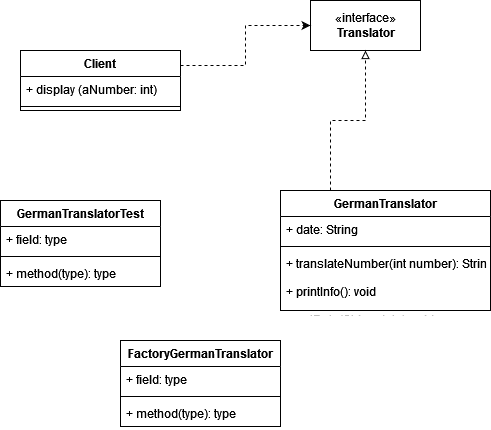
This is src/org/hbrs/s1/ws22/uebung1/Aufgabe1-2.drawio.png from fitnesstino/WS22-SE1, a draw.io export, as it was before one commit. Source tidied: cells renumbered, new cells last; positions are measured from the earlier drawing's top-left corner, leaving out a move shared by most shapes.
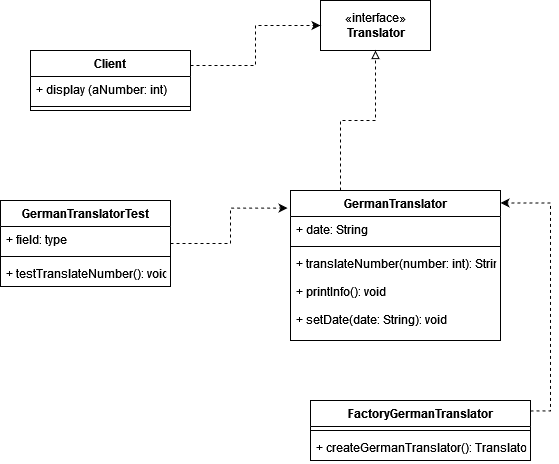
Above is the later version.

Change to the diagram source:
```diff
@@ -16,7 +16,7 @@
       </mxGeometry>
     </mxCell>
     <mxCell id="5" value="GermanTranslator" style="swimlane;fontStyle=1;align=center;verticalAlign=top;horizontal=1;startSize=26;" parent="1" vertex="1">
-      <mxGeometry x="280" y="190" width="210" height="120" as="geometry" />
+      <mxGeometry x="280" y="190" width="210" height="150" as="geometry" />
     </mxCell>
     <mxCell id="6" value="+ date: String" style="text;strokeColor=none;fillColor=none;align=left;verticalAlign=top;spacingLeft=4;spacingRight=4;overflow=hidden;" parent="5" vertex="1">
       <mxGeometry y="26" width="210" height="26" as="geometry" />
@@ -24,8 +24,8 @@
     <mxCell id="7" style="line;strokeWidth=1;fillColor=none;align=left;verticalAlign=middle;spacingTop=-1;spacingLeft=3;spacingRight=3;labelPosition=right;" parent="5" vertex="1">
       <mxGeometry y="52" width="210" height="8" as="geometry" />
     </mxCell>
-    <mxCell id="8" value="+ translateNumber(int number): String&#10;&#10;+ printInfo(): void&#10;&#10;+ setDate(String date): void&#10;" style="text;strokeColor=none;fillColor=none;align=left;verticalAlign=top;spacingLeft=4;spacingRight=4;overflow=hidden;" parent="5" vertex="1">
-      <mxGeometry y="60" width="210" height="60" as="geometry" />
+    <mxCell id="8" value="+ translateNumber(number: int): String&#10;&#10;+ printInfo(): void&#10;&#10;+ setDate(date: String): void&#10;" style="text;strokeColor=none;fillColor=none;align=left;verticalAlign=top;spacingLeft=4;spacingRight=4;overflow=hidden;" parent="5" vertex="1">
+      <mxGeometry y="60" width="210" height="90" as="geometry" />
     </mxCell>
     <mxCell id="9" value="Client" style="swimlane;fontStyle=1;align=center;verticalAlign=top;horizontal=1;startSize=26;" parent="1" vertex="1">
       <mxGeometry x="20" y="50" width="160" height="60" as="geometry" />
@@ -36,29 +36,32 @@
     <mxCell id="11" style="line;strokeWidth=1;fillColor=none;align=left;verticalAlign=middle;spacingTop=-1;spacingLeft=3;spacingRight=3;labelPosition=right;" parent="9" vertex="1">
       <mxGeometry y="52" width="160" height="8" as="geometry" />
     </mxCell>
+    <mxCell id="20" style="edgeStyle=orthogonalEdgeStyle;rounded=0;jettySize=auto;html=1;entryX=-0.014;entryY=0.117;entryDx=0;entryDy=0;entryPerimeter=0;dashed=1;" parent="1" edge="1" source="12" target="5">
+      <mxGeometry relative="1" as="geometry" />
+    </mxCell>
     <mxCell id="12" value="GermanTranslatorTest" style="swimlane;fontStyle=1;align=center;verticalAlign=top;horizontal=1;startSize=26;" parent="1" vertex="1">
-      <mxGeometry y="200" width="160" height="86" as="geometry" />
+      <mxGeometry x="-10" y="200" width="170" height="86" as="geometry" />
     </mxCell>
     <mxCell id="13" value="+ field: type" style="text;strokeColor=none;fillColor=none;align=left;verticalAlign=top;spacingLeft=4;spacingRight=4;overflow=hidden;" parent="12" vertex="1">
-      <mxGeometry y="26" width="160" height="26" as="geometry" />
+      <mxGeometry y="26" width="170" height="26" as="geometry" />
     </mxCell>
     <mxCell id="14" style="line;strokeWidth=1;fillColor=none;align=left;verticalAlign=middle;spacingTop=-1;spacingLeft=3;spacingRight=3;labelPosition=right;" parent="12" vertex="1">
-      <mxGeometry y="52" width="160" height="8" as="geometry" />
+      <mxGeometry y="52" width="170" height="8" as="geometry" />
     </mxCell>
-    <mxCell id="15" value="+ method(type): type" style="text;strokeColor=none;fillColor=none;align=left;verticalAlign=top;spacingLeft=4;spacingRight=4;overflow=hidden;" parent="12" vertex="1">
-      <mxGeometry y="60" width="160" height="26" as="geometry" />
+    <mxCell id="15" value="+ testTranslateNumber(): void" style="text;strokeColor=none;fillColor=none;align=left;verticalAlign=top;spacingLeft=4;spacingRight=4;overflow=hidden;" parent="12" vertex="1">
+      <mxGeometry y="60" width="170" height="26" as="geometry" />
     </mxCell>
+    <mxCell id="21" style="edgeStyle=orthogonalEdgeStyle;rounded=0;jettySize=auto;html=1;entryX=1;entryY=0.083;entryDx=0;entryDy=0;entryPerimeter=0;dashed=1;exitX=1;exitY=0.174;exitDx=0;exitDy=0;exitPerimeter=0;" parent="1" edge="1" source="16" target="5">
+      <mxGeometry relative="1" as="geometry" />
+    </mxCell>
     <mxCell id="16" value="FactoryGermanTranslator" style="swimlane;fontStyle=1;align=center;verticalAlign=top;horizontal=1;startSize=26;" parent="1" vertex="1">
-      <mxGeometry x="120" y="340" width="160" height="86" as="geometry" />
+      <mxGeometry x="300" y="400" width="220" height="60" as="geometry" />
     </mxCell>
-    <mxCell id="17" value="+ field: type" style="text;strokeColor=none;fillColor=none;align=left;verticalAlign=top;spacingLeft=4;spacingRight=4;overflow=hidden;" parent="16" vertex="1">
-      <mxGeometry y="26" width="160" height="26" as="geometry" />
-    </mxCell>
     <mxCell id="18" style="line;strokeWidth=1;fillColor=none;align=left;verticalAlign=middle;spacingTop=-1;spacingLeft=3;spacingRight=3;labelPosition=right;" parent="16" vertex="1">
-      <mxGeometry y="52" width="160" height="8" as="geometry" />
+      <mxGeometry y="26" width="220" height="8" as="geometry" />
     </mxCell>
-    <mxCell id="19" value="+ method(type): type" style="text;strokeColor=none;fillColor=none;align=left;verticalAlign=top;spacingLeft=4;spacingRight=4;overflow=hidden;" parent="16" vertex="1">
-      <mxGeometry y="60" width="160" height="26" as="geometry" />
+    <mxCell id="19" value="+ createGermanTranslator(): Translator" style="text;strokeColor=none;fillColor=none;align=left;verticalAlign=top;spacingLeft=4;spacingRight=4;overflow=hidden;" parent="16" vertex="1">
+      <mxGeometry y="34" width="220" height="26" as="geometry" />
     </mxCell>
   </root>
 </mxGraphModel>
```
